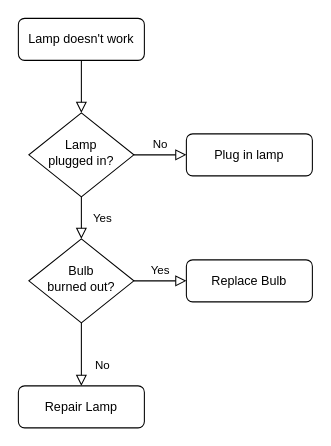
This is 未命名绘图.drawio from 772960429/appMusic, a draw.io file, before an edit. Source tidied: cells renumbered, new cells numbered last; positions are measured from the earlier drawing's top-left corner, leaving out a move shared by most shapes. Both pictures are drawn from the tidied source at 105%, with x=0, y=0 at pixel (18, 18).
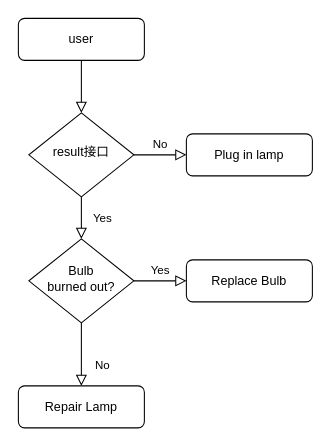
The same page after the edit.

Commit message:
更新未命名绘图.drawio

Change to the diagram source:
```diff
@@
 <mxGraphModel>
   <root>
     <mxCell id="0" />
     <mxCell id="1" parent="0" />
     <mxCell id="2" style="rounded=0;html=1;jettySize=auto;fontSize=11;endArrow=block;endFill=0;endSize=8;strokeWidth=1;shadow=0;labelBackgroundColor=none;edgeStyle=orthogonalEdgeStyle;" parent="1" edge="1" source="3" target="6">
       <mxGeometry relative="1" as="geometry" />
     </mxCell>
-    <mxCell id="3" value="Lamp doesn't work" style="rounded=1;whiteSpace=wrap;html=1;fontSize=12;glass=0;strokeWidth=1;shadow=0;" parent="1" vertex="1">
+    <mxCell id="3" value="user" style="rounded=1;whiteSpace=wrap;html=1;fontSize=12;glass=0;strokeWidth=1;shadow=0;" parent="1" vertex="1">
       <mxGeometry width="120" height="40" as="geometry" />
     </mxCell>
     <mxCell id="4" value="Yes" style="rounded=0;html=1;jettySize=auto;fontSize=11;endArrow=block;endFill=0;endSize=8;strokeWidth=1;shadow=0;labelBackgroundColor=none;edgeStyle=orthogonalEdgeStyle;" parent="1" edge="1" source="6" target="10">
       <mxGeometry y="20" relative="1" as="geometry" />
     </mxCell>
     <mxCell id="5" value="No" style="edgeStyle=orthogonalEdgeStyle;rounded=0;html=1;jettySize=auto;fontSize=11;endArrow=block;endFill=0;endSize=8;strokeWidth=1;shadow=0;labelBackgroundColor=none;" parent="1" edge="1" source="6" target="7">
       <mxGeometry y="10" relative="1" as="geometry" />
     </mxCell>
-    <mxCell id="6" value="Lamp&lt;br&gt;plugged in?" style="rhombus;whiteSpace=wrap;html=1;shadow=0;fontFamily=Helvetica;fontSize=12;align=center;strokeWidth=1;spacing=6;spacingTop=-4;" parent="1" vertex="1">
+    <mxCell id="6" value="result接口" style="rhombus;whiteSpace=wrap;html=1;shadow=0;fontFamily=Helvetica;fontSize=12;align=center;strokeWidth=1;spacing=6;spacingTop=-4;" parent="1" vertex="1">
       <mxGeometry x="10" y="90" width="100" height="80" as="geometry" />
     </mxCell>
     <mxCell id="7" value="Plug in lamp" style="rounded=1;whiteSpace=wrap;html=1;fontSize=12;glass=0;strokeWidth=1;shadow=0;" parent="1" vertex="1">
       <mxGeometry x="160" y="110" width="120" height="40" as="geometry" />
     </mxCell>
     <mxCell id="8" value="No" style="rounded=0;html=1;jettySize=auto;fontSize=11;endArrow=block;endFill=0;endSize=8;strokeWidth=1;shadow=0;labelBackgroundColor=none;edgeStyle=orthogonalEdgeStyle;" parent="1" edge="1" source="10" target="11">
       <mxGeometry x="0.33" y="20" relative="1" as="geometry" />
     </mxCell>
     <mxCell id="9" value="Yes" style="edgeStyle=orthogonalEdgeStyle;rounded=0;html=1;jettySize=auto;fontSize=11;endArrow=block;endFill=0;endSize=8;strokeWidth=1;shadow=0;labelBackgroundColor=none;" parent="1" edge="1" source="10" target="12">
       <mxGeometry y="10" relative="1" as="geometry" />
     </mxCell>
     <mxCell id="10" value="Bulb&lt;br&gt;burned out?" style="rhombus;whiteSpace=wrap;html=1;shadow=0;fontFamily=Helvetica;fontSize=12;align=center;strokeWidth=1;spacing=6;spacingTop=-4;" parent="1" vertex="1">
       <mxGeometry x="10" y="210" width="100" height="80" as="geometry" />
     </mxCell>
     <mxCell id="11" value="Repair Lamp" style="rounded=1;whiteSpace=wrap;html=1;fontSize=12;glass=0;strokeWidth=1;shadow=0;" parent="1" vertex="1">
       <mxGeometry y="350" width="120" height="40" as="geometry" />
     </mxCell>
     <mxCell id="12" value="Replace Bulb" style="rounded=1;whiteSpace=wrap;html=1;fontSize=12;glass=0;strokeWidth=1;shadow=0;" parent="1" vertex="1">
       <mxGeometry x="160" y="230" width="120" height="40" as="geometry" />
     </mxCell>
   </root>
 </mxGraphModel>
```
